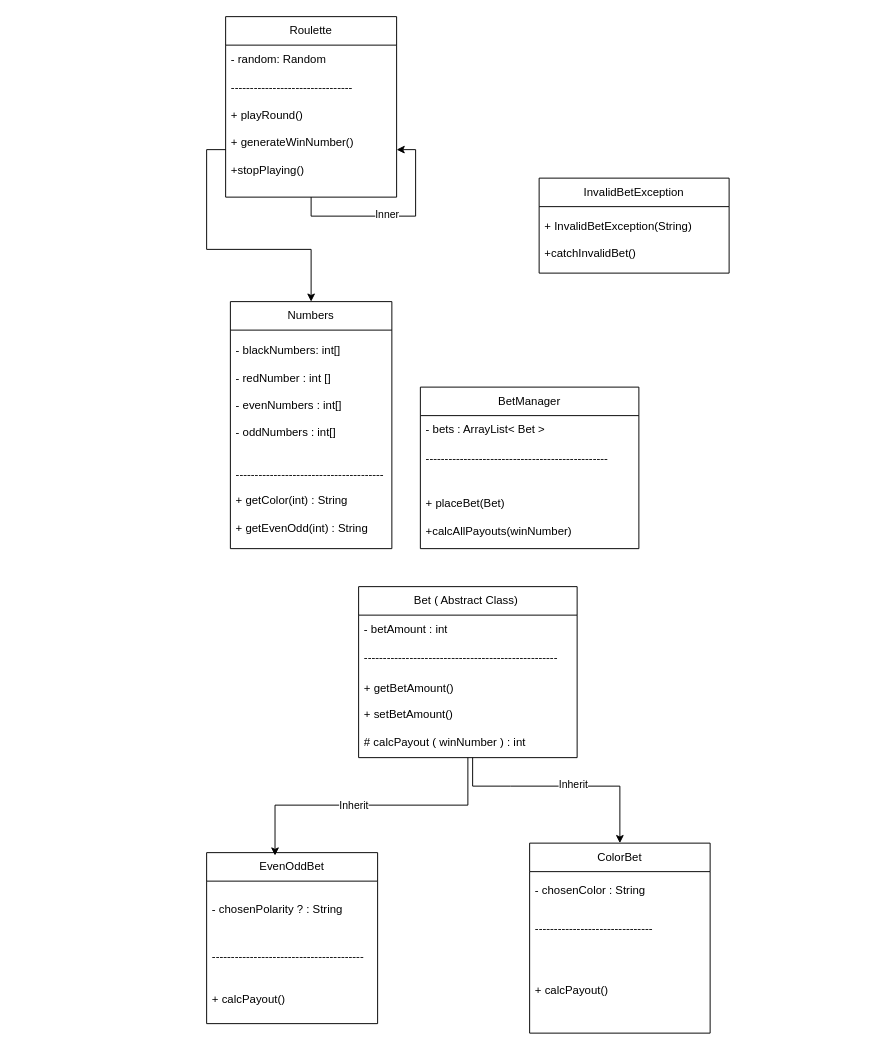
Earlier version of the draw.io diagram UD1Middy.drawio (CS112-2564-Fall2024/ud1-it-s-not-gambling-it-s-research). Source tidied: cells renumbered, new cells numbered last; positions are measured from the earlier drawing's top-left corner, leaving out a move shared by most shapes. Both pictures are drawn from the tidied source at 95%, with x=0, y=0 at pixel (206, 16).
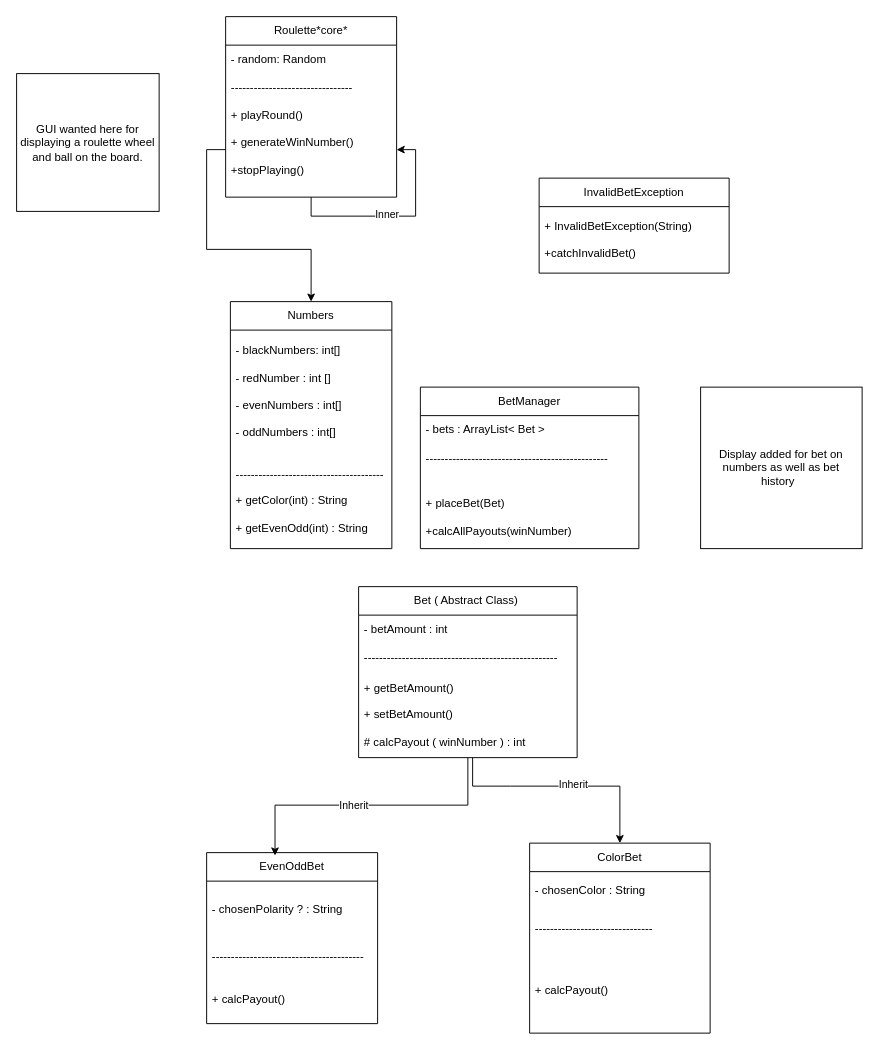
The same diagram, later.

The edit, as a diff of the source:
```diff
@@
-    <mxCell id="3" value="Roulette" style="swimlane;fontStyle=0;horizontal=1;startSize=30;whiteSpace=wrap;html=1;" parent="1" vertex="1">
+    <mxCell id="3" value="Roulette*core*" style="swimlane;fontStyle=0;horizontal=1;startSize=30;whiteSpace=wrap;html=1;" parent="1" vertex="1">
       <mxGeometry x="20" width="180" height="190" as="geometry" />
     </mxCell>
@@
+    <mxCell id="34" value="GUI wanted here for displaying a roulette wheel and ball on the board." style="rounded=0;whiteSpace=wrap;html=1;" parent="1" vertex="1">
+      <mxGeometry x="-200" y="60" width="150" height="145" as="geometry" />
+    </mxCell>
+    <mxCell id="35" value="Display added for bet on numbers as well as bet history&amp;nbsp;&amp;nbsp;" style="whiteSpace=wrap;html=1;" parent="1" vertex="1">
+      <mxGeometry x="520" y="390" width="170" height="170" as="geometry" />
+    </mxCell>
```
